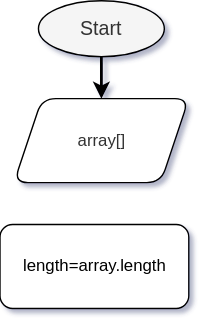
This is flowchart.drawio.svg from mrivs/Control-work-1, a draw.io export, as it was before one commit. Source tidied: cells renumbered, new cells last; positions are measured from the earlier drawing's top-left corner, leaving out a move shared by most shapes. Source of this version:
```xml
<mxGraphModel background="#ffffff" shadow="1">
  <root>
    <mxCell id="0" />
    <mxCell id="1" parent="0" />
    <mxCell id="2" style="edgeStyle=none;rounded=1;html=1;exitX=0.5;exitY=1;exitDx=0;exitDy=0;entryX=0.5;entryY=0;entryDx=0;entryDy=0;fontSize=14;strokeColor=#000000;strokeWidth=2;" parent="1" edge="1" source="3" target="4">
      <mxGeometry relative="1" as="geometry" />
    </mxCell>
    <mxCell id="3" value="&lt;font style=&quot;font-size: 14px&quot;&gt;Start&lt;/font&gt;" style="ellipse;whiteSpace=wrap;html=1;rounded=1;fillColor=#f5f5f5;fontColor=#333333;strokeColor=#000000;strokeWidth=1;" parent="1" vertex="1">
      <mxGeometry x="28" width="90" height="40" as="geometry" />
    </mxCell>
    <mxCell id="4" value="array[]" style="shape=parallelogram;perimeter=parallelogramPerimeter;whiteSpace=wrap;html=1;fixedSize=1;rounded=1;fontSize=12;strokeColor=#000000;strokeWidth=1;fillColor=#FFFFFF;fontColor=#333333;gradientColor=none;" parent="1" vertex="1">
      <mxGeometry x="10.5" y="70" width="125" height="60" as="geometry" />
    </mxCell>
    <mxCell id="5" value="&lt;font color=&quot;#000000&quot; style=&quot;font-size: 12px;&quot;&gt;length=array.length&lt;/font&gt;" style="rounded=1;whiteSpace=wrap;html=1;fontSize=12;strokeColor=#000000;strokeWidth=1;fillColor=#FFFFFF;gradientColor=none;" parent="1" vertex="1">
      <mxGeometry x="0.5" y="160" width="135" height="60" as="geometry" />
    </mxCell>
  </root>
</mxGraphModel>
```
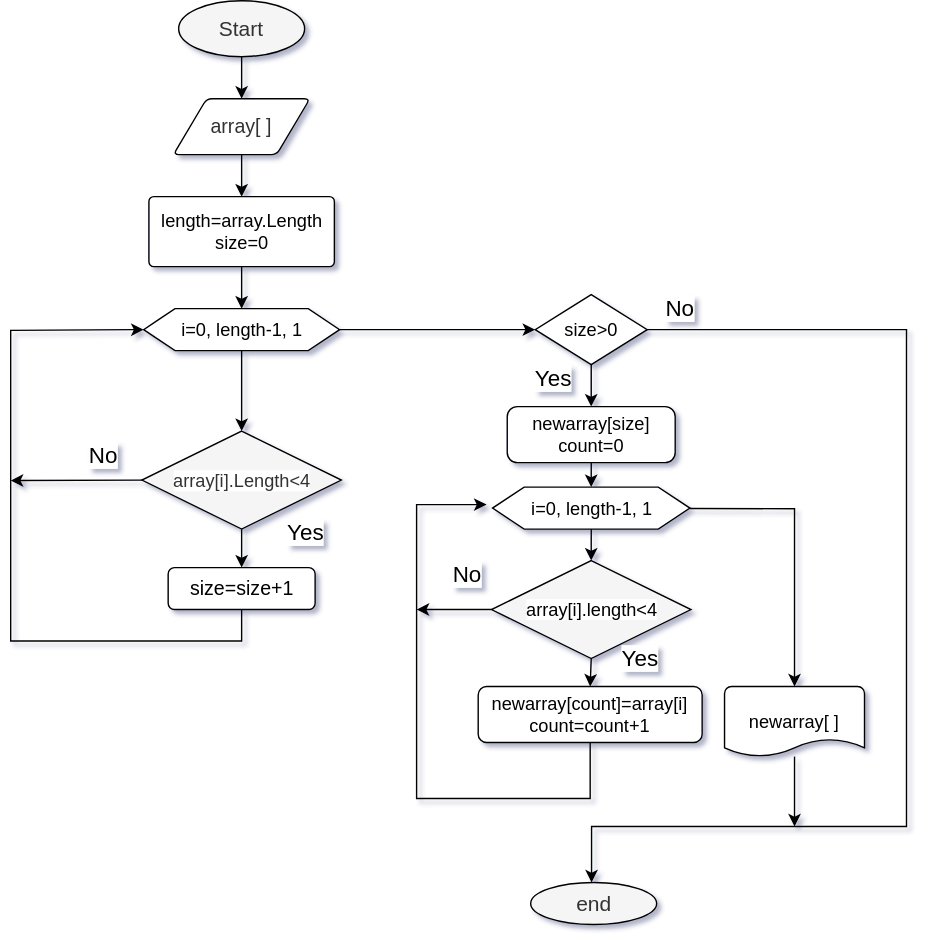
The same file after the commit.

Commit message:
flowchart ver 1 added in flowchart.drawio.svg

Diff of the diagram source:
```diff
@@ -2,17 +2,145 @@
   <root>
     <mxCell id="0" />
     <mxCell id="1" parent="0" />
-    <mxCell id="2" style="edgeStyle=none;rounded=1;html=1;exitX=0.5;exitY=1;exitDx=0;exitDy=0;entryX=0.5;entryY=0;entryDx=0;entryDy=0;fontSize=14;strokeColor=#000000;strokeWidth=2;" parent="1" edge="1" source="3" target="4">
+    <mxCell id="2" style="edgeStyle=none;rounded=1;html=1;exitX=0.5;exitY=1;exitDx=0;exitDy=0;entryX=0.5;entryY=0;entryDx=0;entryDy=0;fontSize=14;strokeColor=#000000;strokeWidth=1;" parent="1" edge="1" source="3" target="4">
       <mxGeometry relative="1" as="geometry" />
     </mxCell>
-    <mxCell id="3" value="&lt;font style=&quot;font-size: 14px&quot;&gt;Start&lt;/font&gt;" style="ellipse;whiteSpace=wrap;html=1;rounded=1;fillColor=#f5f5f5;fontColor=#333333;strokeColor=#000000;strokeWidth=1;" parent="1" vertex="1">
-      <mxGeometry x="28" width="90" height="40" as="geometry" />
+    <mxCell id="3" value="&lt;font style=&quot;font-size: 15px;&quot;&gt;Start&lt;/font&gt;" style="ellipse;whiteSpace=wrap;html=1;rounded=1;fillColor=#f5f5f5;fontColor=#333333;strokeColor=#000000;strokeWidth=1;fontSize=15;" parent="1" vertex="1">
+      <mxGeometry x="28" y="-10" width="90" height="40" as="geometry" />
     </mxCell>
+    <mxCell id="6" style="edgeStyle=none;rounded=1;html=1;fontSize=12;fontColor=#000000;strokeColor=#000000;strokeWidth=1;spacing=1;" parent="1" edge="1" source="4" target="5">
+      <mxGeometry relative="1" as="geometry" />
+    </mxCell>
-    <mxCell id="4" value="array[]" style="shape=parallelogram;perimeter=parallelogramPerimeter;whiteSpace=wrap;html=1;fixedSize=1;rounded=1;fontSize=12;strokeColor=#000000;strokeWidth=1;fillColor=#FFFFFF;fontColor=#333333;gradientColor=none;" parent="1" vertex="1">
-      <mxGeometry x="10.5" y="70" width="125" height="60" as="geometry" />
+    <mxCell id="4" value="array[ ]" style="shape=parallelogram;perimeter=parallelogramPerimeter;whiteSpace=wrap;html=1;fixedSize=1;rounded=1;fontSize=14;strokeColor=#000000;strokeWidth=1;fillColor=#FFFFFF;fontColor=#333333;gradientColor=none;arcSize=8;size=23.75;" parent="1" vertex="1">
+      <mxGeometry x="24.2" y="60" width="97.5" height="40" as="geometry" />
     </mxCell>
+    <mxCell id="7" style="edgeStyle=none;rounded=0;html=1;entryX=0.5;entryY=0;entryDx=0;entryDy=0;fontSize=16;fontColor=#000000;strokeColor=#000000;strokeWidth=1;" parent="1" edge="1" source="5" target="10">
+      <mxGeometry relative="1" as="geometry" />
+    </mxCell>
-    <mxCell id="5" value="&lt;font color=&quot;#000000&quot; style=&quot;font-size: 12px;&quot;&gt;length=array.length&lt;/font&gt;" style="rounded=1;whiteSpace=wrap;html=1;fontSize=12;strokeColor=#000000;strokeWidth=1;fillColor=#FFFFFF;gradientColor=none;" parent="1" vertex="1">
-      <mxGeometry x="0.5" y="160" width="135" height="60" as="geometry" />
+    <mxCell id="5" value="&lt;font color=&quot;#000000&quot; style=&quot;font-size: 13px&quot;&gt;length=array.Length&lt;br style=&quot;font-size: 13px&quot;&gt;size=0&lt;br style=&quot;font-size: 13px&quot;&gt;&lt;/font&gt;" style="rounded=1;whiteSpace=wrap;html=1;fontSize=13;strokeColor=#000000;strokeWidth=1;fillColor=#FFFFFF;gradientColor=none;arcSize=7;" parent="1" vertex="1">
+      <mxGeometry x="6.8" y="130" width="132.5" height="50" as="geometry" />
     </mxCell>
+    <mxCell id="8" style="edgeStyle=none;rounded=1;html=1;fontSize=12;fontColor=#000000;strokeColor=#000000;strokeWidth=1;" parent="1" edge="1" source="10">
+      <mxGeometry relative="1" as="geometry">
+        <mxPoint x="73" y="297.5" as="targetPoint" />
+      </mxGeometry>
+    </mxCell>
+    <mxCell id="9" style="edgeStyle=none;rounded=0;html=1;fontSize=16;fontColor=#000000;strokeColor=#000000;strokeWidth=1;" parent="1" edge="1" source="10" target="20">
+      <mxGeometry relative="1" as="geometry" />
+    </mxCell>
+    <mxCell id="10" value="i=0, length-1, 1" style="verticalLabelPosition=middle;verticalAlign=middle;html=1;shape=hexagon;perimeter=hexagonPerimeter2;arcSize=0;size=0.16;rounded=1;labelBackgroundColor=#FFFFFF;fontSize=13;fontColor=#000000;strokeColor=#000000;strokeWidth=1;fillColor=#FFFFFF;gradientColor=none;align=center;spacingTop=0;labelPosition=center;spacing=0;" parent="1" vertex="1">
+      <mxGeometry x="3" y="210" width="140" height="30" as="geometry" />
+    </mxCell>
+    <mxCell id="11" style="edgeStyle=none;rounded=0;html=1;fontSize=18;fontColor=#000000;strokeColor=#000000;strokeWidth=1;startArrow=none;entryX=0;entryY=0.5;entryDx=0;entryDy=0;" parent="1" edge="1" source="17" target="10">
+      <mxGeometry relative="1" as="geometry">
+        <Array as="points">
+          <mxPoint x="73" y="447.5" />
+          <mxPoint x="-92" y="447.5" />
+          <mxPoint x="-92" y="225.5" />
+        </Array>
+      </mxGeometry>
+    </mxCell>
+    <mxCell id="12" style="edgeStyle=none;rounded=0;html=1;exitX=0.5;exitY=1;exitDx=0;exitDy=0;exitPerimeter=0;entryX=0.5;entryY=0;entryDx=0;entryDy=0;fontSize=13;fontColor=#000000;strokeColor=#000000;strokeWidth=1;" parent="1" edge="1" source="14" target="17">
+      <mxGeometry relative="1" as="geometry" />
+    </mxCell>
+    <mxCell id="13" style="edgeStyle=none;rounded=0;html=1;exitX=0;exitY=0.5;exitDx=0;exitDy=0;exitPerimeter=0;fontSize=14;fontColor=#000000;strokeColor=#000000;strokeWidth=1;" parent="1" edge="1" source="14">
+      <mxGeometry relative="1" as="geometry">
+        <mxPoint x="-92" y="332.8" as="targetPoint" />
+      </mxGeometry>
+    </mxCell>
+    <mxCell id="14" value="array[i].Length&amp;lt;4" style="strokeWidth=1;html=1;shape=mxgraph.flowchart.decision;whiteSpace=wrap;rounded=1;labelBackgroundColor=#FFFFFF;fontSize=13;fontColor=#333333;fillColor=#f5f5f5;strokeColor=#000000;" parent="1" vertex="1">
+      <mxGeometry x="1.8" y="297.5" width="142.5" height="70" as="geometry" />
+    </mxCell>
+    <mxCell id="15" value="No" style="text;html=1;strokeColor=none;fillColor=none;align=center;verticalAlign=middle;whiteSpace=wrap;rounded=0;labelBackgroundColor=#FFFFFF;fontSize=16;fontColor=#000000;strokeWidth=1;shadow=0;" parent="1" vertex="1">
+      <mxGeometry x="-42" y="305" width="32.5" height="20" as="geometry" />
+    </mxCell>
+    <mxCell id="16" value="Yes" style="text;html=1;strokeColor=none;fillColor=none;align=center;verticalAlign=middle;whiteSpace=wrap;rounded=0;labelBackgroundColor=#FFFFFF;fontSize=16;fontColor=#000000;strokeWidth=1;shadow=0;" parent="1" vertex="1">
+      <mxGeometry x="268" y="250" width="56.2" height="20" as="geometry" />
+    </mxCell>
+    <mxCell id="17" value="size=size+1" style="rounded=1;whiteSpace=wrap;html=1;shadow=0;labelBackgroundColor=#FFFFFF;fontSize=14;fontColor=#000000;strokeColor=#000000;strokeWidth=1;fillColor=#FFFFFF;gradientColor=none;" parent="1" vertex="1">
+      <mxGeometry x="20.5" y="395" width="105" height="30" as="geometry" />
+    </mxCell>
+    <mxCell id="18" style="edgeStyle=none;rounded=0;html=1;fontSize=16;fontColor=#000000;strokeColor=#000000;strokeWidth=1;" parent="1" edge="1" source="20" target="22">
+      <mxGeometry relative="1" as="geometry" />
+    </mxCell>
+    <mxCell id="19" style="edgeStyle=none;rounded=0;html=1;fontSize=13;fontColor=#000000;strokeColor=#000000;strokeWidth=1;" parent="1" edge="1" source="20">
+      <mxGeometry relative="1" as="geometry">
+        <mxPoint x="323" y="620" as="targetPoint" />
+        <Array as="points">
+          <mxPoint x="548" y="225" />
+          <mxPoint x="548" y="580" />
+          <mxPoint x="323" y="580" />
+        </Array>
+      </mxGeometry>
+    </mxCell>
+    <mxCell id="20" value="size&amp;gt;0" style="rhombus;whiteSpace=wrap;html=1;fontSize=13;fillColor=#FFFFFF;strokeColor=#000000;fontColor=#000000;arcSize=0;rounded=1;labelBackgroundColor=#FFFFFF;strokeWidth=1;gradientColor=none;spacingTop=0;spacing=0;" parent="1" vertex="1">
+      <mxGeometry x="282.8" y="200" width="80" height="50" as="geometry" />
+    </mxCell>
+    <mxCell id="21" style="edgeStyle=none;rounded=0;html=1;entryX=0.5;entryY=0;entryDx=0;entryDy=0;fontSize=13;fontColor=#000000;strokeColor=#000000;strokeWidth=1;" parent="1" edge="1" source="22" target="25">
+      <mxGeometry relative="1" as="geometry" />
+    </mxCell>
+    <mxCell id="22" value="newarray[size]&lt;br style=&quot;font-size: 13px;&quot;&gt;count=0" style="rounded=1;whiteSpace=wrap;html=1;shadow=0;labelBackgroundColor=#FFFFFF;fontSize=13;fontColor=#000000;strokeColor=#000000;strokeWidth=1;fillColor=#FFFFFF;gradientColor=none;arcSize=18;" parent="1" vertex="1">
+      <mxGeometry x="262.8" y="280" width="120" height="40" as="geometry" />
+    </mxCell>
+    <mxCell id="23" style="edgeStyle=none;rounded=0;html=1;exitX=0.5;exitY=1;exitDx=0;exitDy=0;entryX=0.5;entryY=0;entryDx=0;entryDy=0;entryPerimeter=0;fontSize=13;fontColor=#000000;strokeColor=#000000;strokeWidth=1;" parent="1" edge="1" source="25" target="28">
+      <mxGeometry relative="1" as="geometry" />
+    </mxCell>
+    <mxCell id="24" style="edgeStyle=none;rounded=0;html=1;fontSize=13;fontColor=#000000;strokeColor=#000000;strokeWidth=1;" parent="1" edge="1" source="25" target="35">
+      <mxGeometry relative="1" as="geometry">
+        <Array as="points">
+          <mxPoint x="468" y="353" />
+        </Array>
+      </mxGeometry>
+    </mxCell>
+    <mxCell id="25" value="i=0, length-1, 1" style="verticalLabelPosition=middle;verticalAlign=middle;html=1;shape=hexagon;perimeter=hexagonPerimeter2;arcSize=0;size=0.16;rounded=1;labelBackgroundColor=#FFFFFF;fontSize=13;fontColor=#000000;strokeColor=#000000;strokeWidth=1;fillColor=#FFFFFF;gradientColor=none;align=center;spacingTop=0;labelPosition=center;spacing=0;" parent="1" vertex="1">
+      <mxGeometry x="252.2" y="337.5" width="141" height="30" as="geometry" />
+    </mxCell>
+    <mxCell id="26" style="edgeStyle=none;rounded=0;html=1;exitX=0.5;exitY=1;exitDx=0;exitDy=0;exitPerimeter=0;entryX=0.5;entryY=0;entryDx=0;entryDy=0;fontSize=13;fontColor=#000000;strokeColor=#000000;strokeWidth=1;" parent="1" edge="1" source="28" target="31">
+      <mxGeometry relative="1" as="geometry" />
+    </mxCell>
+    <mxCell id="27" style="edgeStyle=none;rounded=0;html=1;exitX=0;exitY=0.5;exitDx=0;exitDy=0;exitPerimeter=0;fontSize=13;fontColor=#000000;strokeColor=#000000;strokeWidth=1;" parent="1" edge="1" source="28">
+      <mxGeometry relative="1" as="geometry">
+        <mxPoint x="198" y="425" as="targetPoint" />
+      </mxGeometry>
+    </mxCell>
+    <mxCell id="28" value="array[i].length&amp;lt;4" style="strokeWidth=1;html=1;shape=mxgraph.flowchart.decision;whiteSpace=wrap;rounded=1;labelBackgroundColor=#FFFFFF;fontSize=13;fontColor=#000000;fillColor=#f5f5f5;strokeColor=#000000;" parent="1" vertex="1">
+      <mxGeometry x="251.5" y="390" width="142.5" height="70" as="geometry" />
+    </mxCell>
+    <mxCell id="29" value="Yes" style="text;html=1;strokeColor=none;fillColor=none;align=center;verticalAlign=middle;whiteSpace=wrap;rounded=0;labelBackgroundColor=#FFFFFF;fontSize=16;fontColor=#000000;strokeWidth=1;shadow=0;" parent="1" vertex="1">
+      <mxGeometry x="99.2" y="360" width="40" height="20" as="geometry" />
+    </mxCell>
+    <mxCell id="30" style="edgeStyle=none;rounded=0;html=1;fontSize=13;fontColor=#000000;strokeColor=#000000;strokeWidth=1;" parent="1" edge="1" source="31">
+      <mxGeometry relative="1" as="geometry">
+        <mxPoint x="248" y="350" as="targetPoint" />
+        <Array as="points">
+          <mxPoint x="322" y="560" />
+          <mxPoint x="198" y="560" />
+          <mxPoint x="198" y="350" />
+        </Array>
+      </mxGeometry>
+    </mxCell>
+    <mxCell id="31" value="newarray[count]=array[i]&lt;br&gt;count=count+1" style="rounded=1;whiteSpace=wrap;html=1;shadow=0;labelBackgroundColor=#FFFFFF;fontSize=13;fontColor=#000000;strokeColor=#000000;strokeWidth=1;fillColor=#FFFFFF;gradientColor=none;" parent="1" vertex="1">
+      <mxGeometry x="242" y="480" width="160" height="40" as="geometry" />
+    </mxCell>
+    <mxCell id="32" value="Yes" style="text;html=1;strokeColor=none;fillColor=none;align=center;verticalAlign=middle;whiteSpace=wrap;rounded=0;labelBackgroundColor=#FFFFFF;fontSize=16;fontColor=#000000;strokeWidth=1;shadow=0;" parent="1" vertex="1">
+      <mxGeometry x="338" y="450" width="40" height="20" as="geometry" />
+    </mxCell>
+    <mxCell id="33" value="No" style="text;html=1;strokeColor=none;fillColor=none;align=center;verticalAlign=middle;whiteSpace=wrap;rounded=0;labelBackgroundColor=#FFFFFF;fontSize=16;fontColor=#000000;strokeWidth=1;shadow=0;" parent="1" vertex="1">
+      <mxGeometry x="218.2" y="390" width="32.5" height="20" as="geometry" />
+    </mxCell>
+    <mxCell id="34" style="edgeStyle=none;rounded=0;html=1;fontSize=13;fontColor=#000000;strokeColor=#000000;strokeWidth=1;" parent="1" edge="1" source="35">
+      <mxGeometry relative="1" as="geometry">
+        <mxPoint x="468" y="580" as="targetPoint" />
+      </mxGeometry>
+    </mxCell>
+    <mxCell id="35" value="newarray[ ]" style="strokeWidth=1;html=1;shape=mxgraph.flowchart.document2;whiteSpace=wrap;size=0.25;rounded=1;shadow=0;labelBackgroundColor=#FFFFFF;fontSize=13;fontColor=#000000;fillColor=#FFFFFF;gradientColor=none;strokeColor=#000000;" parent="1" vertex="1">
+      <mxGeometry x="418" y="480" width="100" height="50" as="geometry" />
+    </mxCell>
+    <mxCell id="36" value="No" style="text;html=1;strokeColor=none;fillColor=none;align=center;verticalAlign=middle;whiteSpace=wrap;rounded=0;labelBackgroundColor=#FFFFFF;fontSize=16;fontColor=#000000;strokeWidth=1;shadow=0;" parent="1" vertex="1">
+      <mxGeometry x="369.5" y="200" width="32.5" height="20" as="geometry" />
+    </mxCell>
+    <mxCell id="37" value="&lt;font style=&quot;font-size: 15px&quot;&gt;end&lt;/font&gt;" style="ellipse;whiteSpace=wrap;html=1;rounded=1;fillColor=#f5f5f5;fontColor=#333333;strokeColor=#000000;strokeWidth=1;fontSize=15;" parent="1" vertex="1">
+      <mxGeometry x="279.5" y="620" width="90" height="30" as="geometry" />
+    </mxCell>
   </root>
 </mxGraphModel>
```
